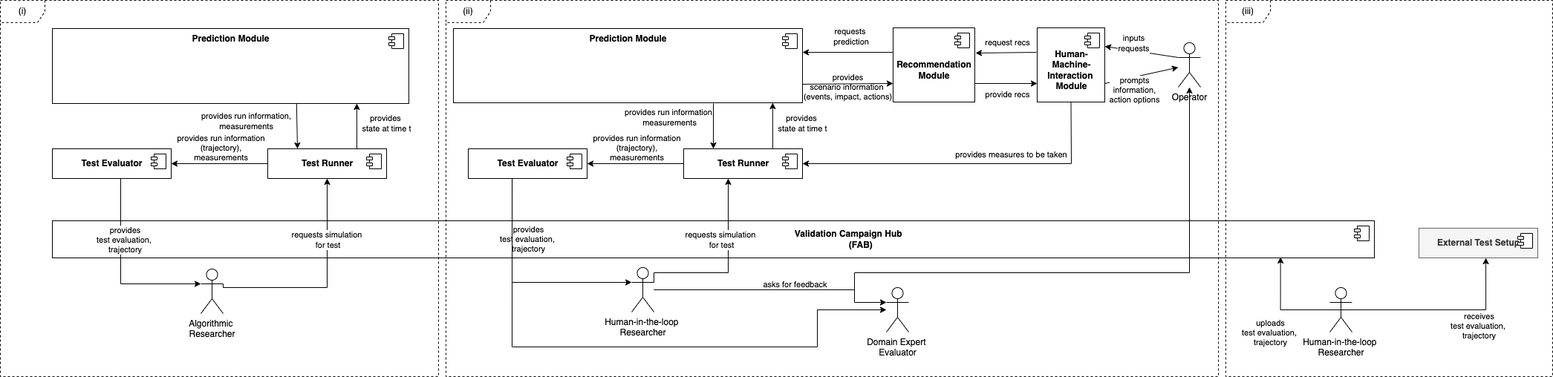
Above: docs/img/readme/Closed_and_Interactive_Loop_Eval.drawio.png in flatland-association/flatland-benchmarks (draw.io), before the change. Source tidied: cells renumbered, new cells last; positions are measured from the earlier drawing's top-left corner, leaving out a move shared by most shapes.
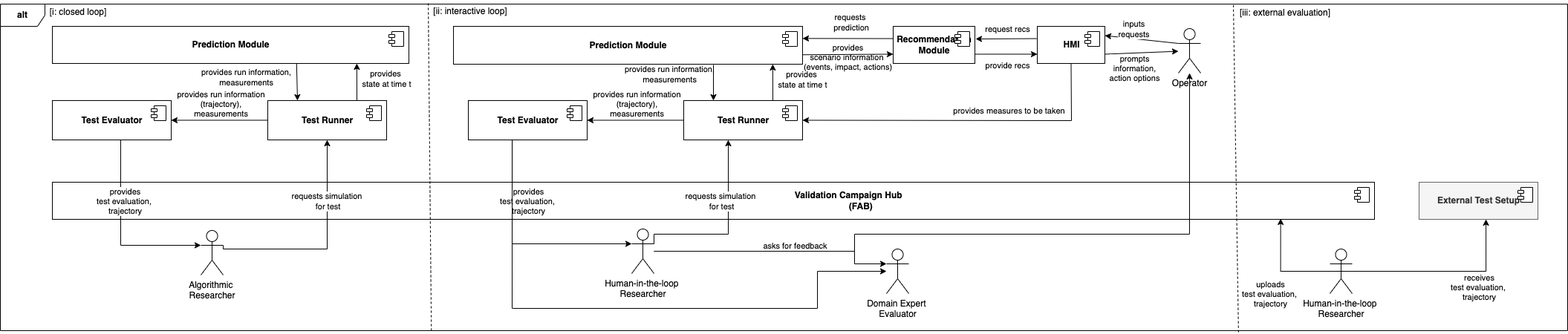
The same file after the commit.

Commit message:
Use ALT notation. Cleanup box heights.

Diff of the diagram source:
```diff
@@ -2,6 +2,9 @@
   <root>
     <mxCell id="0" />
     <mxCell id="1" parent="0" />
+    <mxCell id="68" value="&lt;b&gt;alt&lt;/b&gt;" style="shape=umlFrame;whiteSpace=wrap;html=1;labelBackgroundColor=none;verticalAlign=middle;" parent="1" vertex="1">
+      <mxGeometry y="57" width="2110" height="440" as="geometry" />
+    </mxCell>
     <mxCell id="2" value="&lt;b&gt;&amp;nbsp; &amp;nbsp; &amp;nbsp; &amp;nbsp; &amp;nbsp; &amp;nbsp; &amp;nbsp; &amp;nbsp; &amp;nbsp; &amp;nbsp; &amp;nbsp; &amp;nbsp; &amp;nbsp; &amp;nbsp; &amp;nbsp; &amp;nbsp; &amp;nbsp; &amp;nbsp; &amp;nbsp; &amp;nbsp; &amp;nbsp; &amp;nbsp; &amp;nbsp; &amp;nbsp; &amp;nbsp; &amp;nbsp; &amp;nbsp; &amp;nbsp; &amp;nbsp; &amp;nbsp; &amp;nbsp; &amp;nbsp; &amp;nbsp; &amp;nbsp; &amp;nbsp; &amp;nbsp; &amp;nbsp; &amp;nbsp; &amp;nbsp; &amp;nbsp; &amp;nbsp; &amp;nbsp; &amp;nbsp; &amp;nbsp; &amp;nbsp; &amp;nbsp; &amp;nbsp; &amp;nbsp; &amp;nbsp; &amp;nbsp; &amp;nbsp; &amp;nbsp; &amp;nbsp; &amp;nbsp; &amp;nbsp;Validation Campaign Hub&lt;br&gt;&amp;nbsp; &amp;nbsp; &amp;nbsp; &amp;nbsp; &amp;nbsp; &amp;nbsp; &amp;nbsp; &amp;nbsp; &amp;nbsp; &amp;nbsp; &amp;nbsp; &amp;nbsp; &amp;nbsp; &amp;nbsp; &amp;nbsp; &amp;nbsp; &amp;nbsp; &amp;nbsp; &amp;nbsp; &amp;nbsp; &amp;nbsp; &amp;nbsp; &amp;nbsp; &amp;nbsp; &amp;nbsp; &amp;nbsp; &amp;nbsp; &amp;nbsp; &amp;nbsp; &amp;nbsp; &amp;nbsp; &amp;nbsp; &amp;nbsp; &amp;nbsp; &amp;nbsp; &amp;nbsp; &amp;nbsp; &amp;nbsp; &amp;nbsp; &amp;nbsp; &amp;nbsp; &amp;nbsp; &amp;nbsp; &amp;nbsp; &amp;nbsp; &amp;nbsp; &amp;nbsp; &amp;nbsp; &amp;nbsp; &amp;nbsp; &amp;nbsp; &amp;nbsp; &amp;nbsp; &amp;nbsp; &amp;nbsp; &amp;nbsp; &amp;nbsp; &amp;nbsp; &amp;nbsp; &amp;nbsp;(FAB)&lt;/b&gt;" style="html=1;" parent="1" vertex="1">
       <mxGeometry x="70" y="297" width="1780" height="50" as="geometry" />
     </mxCell>
@@ -10,16 +13,16 @@
         <mxPoint x="-27" y="7" as="offset" />
       </mxGeometry>
     </mxCell>
-    <mxCell id="4" value="&lt;b&gt;Prediction Module&lt;/b&gt;" style="html=1;verticalAlign=top;" parent="1" vertex="1">
-      <mxGeometry x="70" y="38" width="480" height="101" as="geometry" />
+    <mxCell id="4" value="&lt;b&gt;Prediction Module&lt;/b&gt;" style="html=1;verticalAlign=middle;" parent="1" vertex="1">
+      <mxGeometry x="70" y="87" width="480" height="50" as="geometry" />
     </mxCell>
     <mxCell id="5" style="shape=module;jettyWidth=8;jettyHeight=4;" parent="4" vertex="1">
       <mxGeometry x="1" width="20" height="20" relative="1" as="geometry">
         <mxPoint x="-27" y="7" as="offset" />
       </mxGeometry>
     </mxCell>
-    <mxCell id="6" value="&lt;b&gt;Prediction Module&lt;/b&gt;" style="html=1;verticalAlign=top;" parent="1" vertex="1">
-      <mxGeometry x="610" y="38" width="470" height="100" as="geometry" />
+    <mxCell id="6" value="&lt;b&gt;Prediction Module&lt;/b&gt;" style="html=1;verticalAlign=middle;" parent="1" vertex="1">
+      <mxGeometry x="610" y="87" width="470" height="51" as="geometry" />
     </mxCell>
     <mxCell id="7" style="shape=module;jettyWidth=8;jettyHeight=4;" parent="6" vertex="1">
       <mxGeometry x="1" width="20" height="20" relative="1" as="geometry">
@@ -86,7 +89,7 @@
       </mxGeometry>
     </mxCell>
     <mxCell id="19" value="&lt;b&gt;Test Evaluator&lt;/b&gt;" style="html=1;verticalAlign=middle;" parent="1" vertex="1">
-      <mxGeometry x="70" y="200" width="160" height="40" as="geometry" />
+      <mxGeometry x="70" y="187" width="160" height="53" as="geometry" />
     </mxCell>
     <mxCell id="20" style="shape=module;jettyWidth=8;jettyHeight=4;verticalAlign=middle;" parent="19" vertex="1">
       <mxGeometry x="1" width="20" height="20" relative="1" as="geometry">
@@ -111,7 +114,7 @@
       </mxGeometry>
     </mxCell>
     <mxCell id="24" value="&lt;b&gt;Test Runner&lt;br&gt;&lt;/b&gt;" style="html=1;verticalAlign=middle;" parent="1" vertex="1">
-      <mxGeometry x="360" y="200" width="160" height="40" as="geometry" />
+      <mxGeometry x="360" y="187" width="160" height="53" as="geometry" />
     </mxCell>
     <mxCell id="25" style="shape=module;jettyWidth=8;jettyHeight=4;verticalAlign=middle;" parent="24" vertex="1">
       <mxGeometry x="1" width="20" height="20" relative="1" as="geometry">
@@ -135,7 +138,7 @@
       </mxGeometry>
     </mxCell>
     <mxCell id="30" value="&lt;b&gt;Test Evaluator&lt;/b&gt;" style="html=1;verticalAlign=middle;" parent="1" vertex="1">
-      <mxGeometry x="630" y="200" width="160" height="40" as="geometry" />
+      <mxGeometry x="630" y="187" width="160" height="53" as="geometry" />
     </mxCell>
     <mxCell id="31" style="shape=module;jettyWidth=8;jettyHeight=4;verticalAlign=middle;" parent="30" vertex="1">
       <mxGeometry x="1" width="20" height="20" relative="1" as="geometry">
@@ -151,7 +154,7 @@
       </mxGeometry>
     </mxCell>
     <mxCell id="34" value="&lt;b&gt;Test Runner&lt;br&gt;&lt;/b&gt;" style="html=1;verticalAlign=middle;" parent="1" vertex="1">
-      <mxGeometry x="920" y="200" width="160" height="40" as="geometry" />
+      <mxGeometry x="920" y="187" width="160" height="53" as="geometry" />
     </mxCell>
     <mxCell id="35" style="shape=module;jettyWidth=8;jettyHeight=4;verticalAlign=middle;" parent="34" vertex="1">
       <mxGeometry x="1" width="20" height="20" relative="1" as="geometry">
@@ -178,8 +181,8 @@
         <mxPoint x="-59" y="-9" as="offset" />
       </mxGeometry>
     </mxCell>
-    <mxCell id="40" value="&lt;b&gt;&lt;br&gt;Human-&lt;br&gt;Machine-&lt;br&gt;Interaction &lt;br&gt;Module&lt;/b&gt;" style="html=1;verticalAlign=middle;" parent="1" vertex="1">
-      <mxGeometry x="1396" y="37" width="91" height="100" as="geometry" />
+    <mxCell id="40" value="&lt;b&gt;HMI&lt;/b&gt;" style="html=1;verticalAlign=middle;" parent="1" vertex="1">
+      <mxGeometry x="1396" y="87" width="91" height="50" as="geometry" />
     </mxCell>
     <mxCell id="41" style="shape=module;jettyWidth=8;jettyHeight=4;" parent="40" vertex="1">
       <mxGeometry x="1" width="20" height="20" relative="1" as="geometry">
@@ -187,14 +190,14 @@
       </mxGeometry>
     </mxCell>
     <mxCell id="42" value="Operator" style="shape=umlActor;verticalLabelPosition=bottom;verticalAlign=top;html=1;outlineConnect=0;" parent="1" vertex="1">
-      <mxGeometry x="1586" y="57" width="30" height="60" as="geometry" />
+      <mxGeometry x="1586" y="90" width="30" height="60" as="geometry" />
     </mxCell>
     <mxCell id="43" style="endArrow=classic;html=1;rounded=0;entryX=1;entryY=0.25;entryDx=0;entryDy=0;exitX=0;exitY=0.3333333333333333;exitDx=0;exitDy=0;exitPerimeter=0;" parent="1" edge="1" source="42" target="40">
       <mxGeometry relative="1" as="geometry" />
     </mxCell>
     <mxCell id="44" value="inputs&lt;br&gt;requests" style="edgeLabel;html=1;align=center;verticalAlign=middle;" parent="43" vertex="1">
       <mxGeometry x="-0.12" y="-1" relative="1" as="geometry">
-        <mxPoint x="-17" y="-12" as="offset" />
+        <mxPoint x="-17" y="-14" as="offset" />
       </mxGeometry>
     </mxCell>
     <mxCell id="45" style="endArrow=classic;html=1;rounded=0;exitX=1;exitY=0.75;exitDx=0;exitDy=0;" parent="1" edge="1" source="40" target="42">
@@ -202,7 +205,7 @@
     </mxCell>
     <mxCell id="46" value="prompts&lt;br&gt;information,&lt;br&gt;action options" style="edgeLabel;html=1;align=center;verticalAlign=middle;" parent="45" vertex="1">
       <mxGeometry x="-0.12" y="-1" relative="1" as="geometry">
-        <mxPoint x="-4" y="17" as="offset" />
+        <mxPoint x="-4" y="20" as="offset" />
       </mxGeometry>
     </mxCell>
     <mxCell id="47" style="endArrow=classic;html=1;rounded=0;entryX=1;entryY=0.32;entryDx=0;entryDy=0;entryPerimeter=0;exitX=0.036;exitY=0.33;exitDx=0;exitDy=0;exitPerimeter=0;" parent="1" edge="1" source="51" target="6">
@@ -221,8 +224,8 @@
         <mxPoint x="7" y="3" as="offset" />
       </mxGeometry>
     </mxCell>
-    <mxCell id="51" value="&lt;b&gt;&lt;br&gt;Recommendation&lt;br&gt;Module&lt;br&gt;&lt;/b&gt;" style="html=1;verticalAlign=middle;" parent="1" vertex="1">
-      <mxGeometry x="1202" y="37" width="110" height="100" as="geometry" />
+    <mxCell id="51" value="&lt;b&gt;Recommendation&lt;br&gt;Module&lt;br&gt;&lt;/b&gt;" style="html=1;verticalAlign=middle;" parent="1" vertex="1">
+      <mxGeometry x="1202" y="87" width="110" height="50" as="geometry" />
     </mxCell>
     <mxCell id="52" style="shape=module;jettyWidth=8;jettyHeight=4;" parent="51" vertex="1">
       <mxGeometry x="1" width="20" height="20" relative="1" as="geometry">
@@ -260,7 +263,7 @@
     <mxCell id="58" style="endArrow=classic;html=1;rounded=0;exitX=0.5;exitY=1;exitDx=0;exitDy=0;entryX=1;entryY=0.5;entryDx=0;entryDy=0;" parent="1" edge="1" source="40" target="34">
       <mxGeometry relative="1" as="geometry">
         <Array as="points">
-          <mxPoint x="1442" y="220" />
+          <mxPoint x="1442" y="214" />
         </Array>
       </mxGeometry>
     </mxCell>
@@ -285,7 +288,7 @@
       </mxGeometry>
     </mxCell>
     <mxCell id="63" value="&lt;b&gt;External Test Setup&lt;/b&gt;" style="html=1;verticalAlign=middle;fillColor=#f5f5f5;fontColor=#333333;strokeColor=#666666;" parent="1" vertex="1">
-      <mxGeometry x="1910" y="307" width="160" height="40" as="geometry" />
+      <mxGeometry x="1910" y="297" width="160" height="50" as="geometry" />
     </mxCell>
     <mxCell id="64" style="shape=module;jettyWidth=8;jettyHeight=4;verticalAlign=middle;" parent="63" vertex="1">
       <mxGeometry x="1" width="20" height="20" relative="1" as="geometry">
@@ -300,14 +303,22 @@
         <mxPoint x="9" y="24" as="offset" />
       </mxGeometry>
     </mxCell>
-    <mxCell id="67" value="(iii)" style="shape=umlFrame;whiteSpace=wrap;html=1;labelBackgroundColor=none;dashed=1;" parent="1" vertex="1">
-      <mxGeometry x="1650" width="440" height="507" as="geometry" />
-    </mxCell>
-    <mxCell id="68" value="(i)" style="shape=umlFrame;whiteSpace=wrap;html=1;labelBackgroundColor=none;dashed=1;" parent="1" vertex="1">
-      <mxGeometry width="590" height="507" as="geometry" />
-    </mxCell>
-    <mxCell id="69" value="(ii)" style="shape=umlFrame;whiteSpace=wrap;html=1;labelBackgroundColor=none;dashed=1;" parent="1" vertex="1">
-      <mxGeometry x="600" width="1040" height="507" as="geometry" />
-    </mxCell>
+    <mxCell id="70" style="endArrow=none;dashed=1;html=1;rounded=0;entryX=0.273;entryY=-0.008;entryDx=0;entryDy=0;entryPerimeter=0;exitX=0.275;exitY=1;exitDx=0;exitDy=0;exitPerimeter=0;" parent="1" edge="1" source="68" target="68">
+      <mxGeometry relative="1" as="geometry" />
+    </mxCell>
+    <mxCell id="71" style="endArrow=none;dashed=1;html=1;rounded=0;exitX=0.79;exitY=1.005;exitDx=0;exitDy=0;exitPerimeter=0;" parent="1" edge="1" source="68">
+      <mxGeometry relative="1" as="geometry">
+        <mxPoint x="1660" y="57" as="targetPoint" />
+      </mxGeometry>
+    </mxCell>
+    <mxCell id="72" value="[ii: interactive loop]" style="text;html=1;strokeColor=none;fillColor=none;align=center;verticalAlign=middle;whiteSpace=wrap;rounded=0;labelBackgroundColor=none;" parent="1" vertex="1">
+      <mxGeometry x="568" y="52" width="130" height="30" as="geometry" />
+    </mxCell>
+    <mxCell id="73" value="[i: closed loop]" style="text;html=1;strokeColor=none;fillColor=none;align=center;verticalAlign=middle;whiteSpace=wrap;rounded=0;labelBackgroundColor=none;" parent="1" vertex="1">
+      <mxGeometry x="40" y="53" width="130" height="30" as="geometry" />
+    </mxCell>
+    <mxCell id="74" value="[iii: external evaluation]" style="text;html=1;strokeColor=none;fillColor=none;align=center;verticalAlign=middle;whiteSpace=wrap;rounded=0;labelBackgroundColor=none;" parent="1" vertex="1">
+      <mxGeometry x="1665" y="54" width="130" height="30" as="geometry" />
+    </mxCell>
   </root>
 </mxGraphModel>
```
